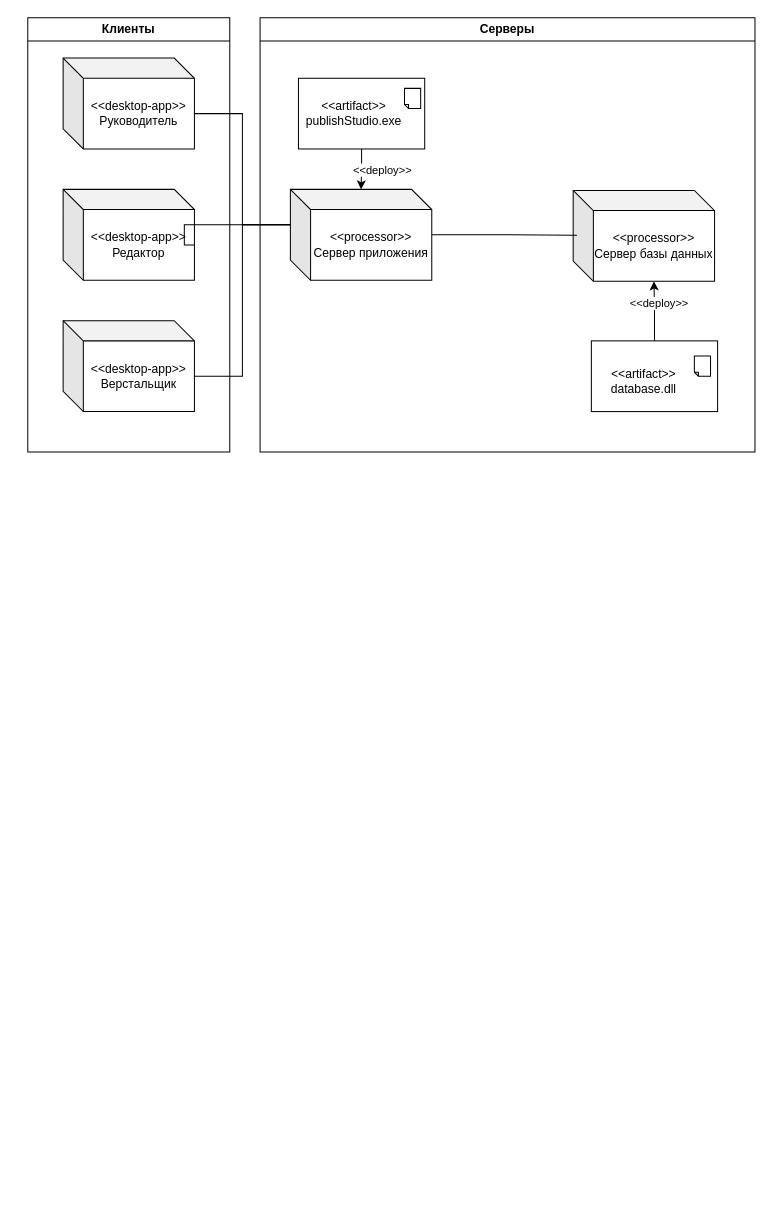
Before: prac7.drawio in danaddi/draw.io, a draw.io diagram. Source tidied: cells renumbered, new cells numbered last; positions are measured from the earlier drawing's top-left corner, leaving out a move shared by most shapes. Both pictures are drawn from the tidied source at 101%, with x=0, y=0 at pixel (27, 17).
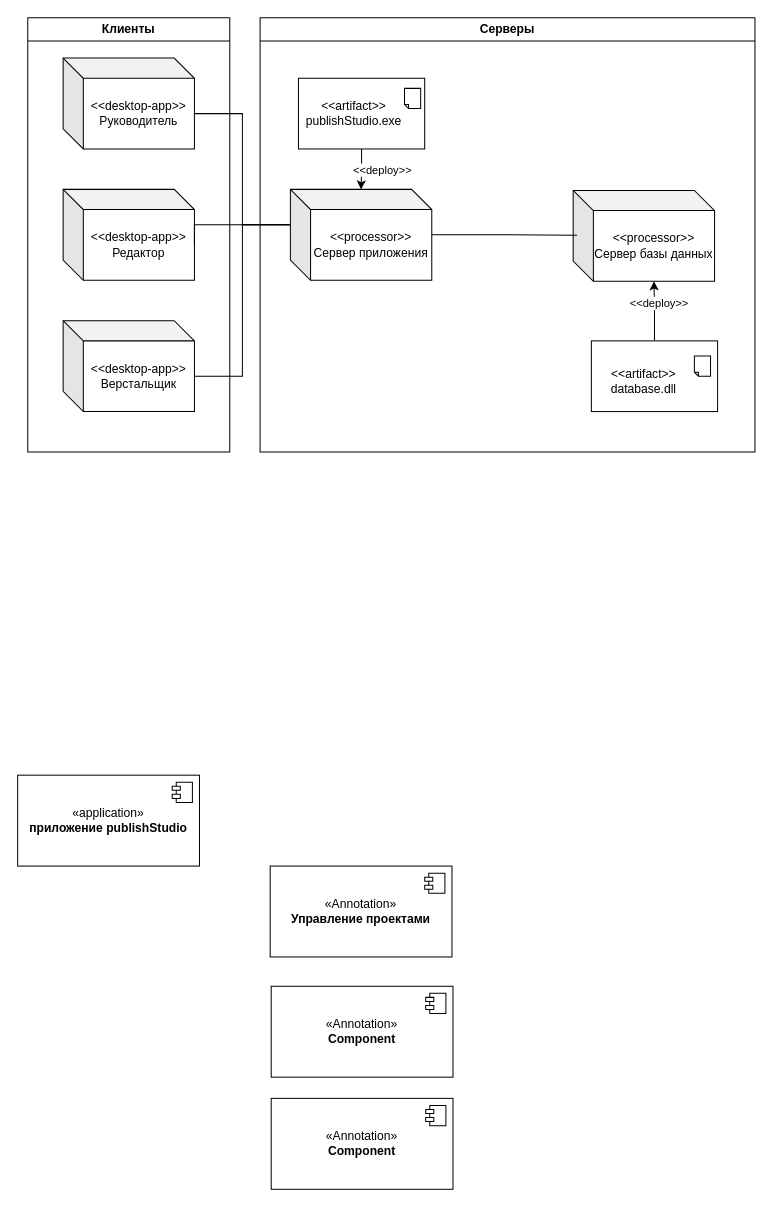
The same page after the edit.

Unchanged cells that the change refers to:
```xml
<mxCell id="4" value="&amp;lt;&amp;lt;desktop-app&amp;gt;&amp;gt;&lt;div&gt;Редактор&lt;/div&gt;" style="shape=cube;whiteSpace=wrap;html=1;boundedLbl=1;backgroundOutline=1;darkOpacity=0.05;darkOpacity2=0.1;" parent="2" vertex="1">
  <mxGeometry x="35" y="170" width="130" height="90" as="geometry" />
</mxCell>
<mxCell id="7" value="&amp;lt;&amp;lt;processor&amp;gt;&amp;gt;&lt;div&gt;Сервер приложения&lt;/div&gt;" style="shape=cube;whiteSpace=wrap;html=1;boundedLbl=1;backgroundOutline=1;darkOpacity=0.05;darkOpacity2=0.1;" parent="6" vertex="1">
  <mxGeometry x="30" y="170" width="140" height="90" as="geometry" />
</mxCell>
```

Diff of the diagram source:
```diff
@@
     <mxCell id="21" style="edgeStyle=orthogonalEdgeStyle;rounded=0;jettySize=auto;html=1;exitX=0;exitY=0;exitDx=130;exitDy=55;exitPerimeter=0;entryX=0;entryY=0;entryDx=0;entryDy=35;entryPerimeter=0;endArrow=none;endFill=0;" parent="1" edge="1" source="4" target="7">
       <mxGeometry relative="1" as="geometry">
         <Array as="points">
-          <mxPoint x="155" y="205" />
+          <mxPoint x="165" y="205" />
         </Array>
       </mxGeometry>
     </mxCell>
@@
+    <mxCell id="23" value="«application»&lt;br&gt;&lt;b&gt;приложение publishStudio&lt;/b&gt;" style="html=1;whiteSpace=wrap;" parent="1" vertex="1">
+      <mxGeometry x="-10" y="750" width="180" height="90" as="geometry" />
+    </mxCell>
+    <mxCell id="24" style="shape=module;jettyWidth=8;jettyHeight=4;" parent="23" vertex="1">
+      <mxGeometry x="1" width="20" height="20" relative="1" as="geometry">
+        <mxPoint x="-27" y="7" as="offset" />
+      </mxGeometry>
+    </mxCell>
+    <mxCell id="25" value="«Annotation»&lt;br&gt;&lt;b&gt;Управление проектами&lt;/b&gt;" style="html=1;whiteSpace=wrap;" parent="1" vertex="1">
+      <mxGeometry x="240" y="840" width="180" height="90" as="geometry" />
+    </mxCell>
+    <mxCell id="26" style="shape=module;jettyWidth=8;jettyHeight=4;" parent="25" vertex="1">
+      <mxGeometry x="1" width="20" height="20" relative="1" as="geometry">
+        <mxPoint x="-27" y="7" as="offset" />
+      </mxGeometry>
+    </mxCell>
+    <mxCell id="27" value="&amp;laquo;Annotation&amp;raquo;&lt;br/&gt;&lt;b&gt;Component&lt;/b&gt;" style="html=1;whiteSpace=wrap;" parent="1" vertex="1">
+      <mxGeometry x="241" y="959" width="180" height="90" as="geometry" />
+    </mxCell>
+    <mxCell id="28" style="shape=module;jettyWidth=8;jettyHeight=4;" parent="27" vertex="1">
+      <mxGeometry x="1" width="20" height="20" relative="1" as="geometry">
+        <mxPoint x="-27" y="7" as="offset" />
+      </mxGeometry>
+    </mxCell>
+    <mxCell id="29" value="&amp;laquo;Annotation&amp;raquo;&lt;br/&gt;&lt;b&gt;Component&lt;/b&gt;" style="html=1;whiteSpace=wrap;" parent="1" vertex="1">
+      <mxGeometry x="241" y="1070" width="180" height="90" as="geometry" />
+    </mxCell>
+    <mxCell id="30" style="shape=module;jettyWidth=8;jettyHeight=4;" parent="29" vertex="1">
+      <mxGeometry x="1" width="20" height="20" relative="1" as="geometry">
+        <mxPoint x="-27" y="7" as="offset" />
+      </mxGeometry>
+    </mxCell>
```
